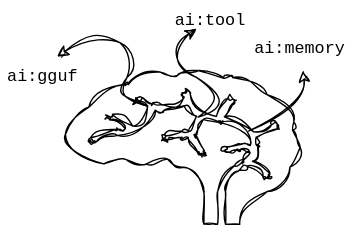
dr-stynx/metatron keeps this draw.io diagram as docs/website/images/modal/llm-modal.svg. Above is the earlier version. Source tidied: cells renumbered, new cells last; positions are measured from the earlier drawing's top-left corner, leaving out a move shared by most shapes. The source it was exported from:
```xml
<mxGraphModel>
  <root>
    <mxCell id="0" />
    <mxCell id="1" parent="0" />
    <mxCell id="2" style="shape=mxgraph.signs.healthcare.brain;html=1;fillColor=none;strokeColor=default;verticalLabelPosition=bottom;verticalAlign=top;align=center;sketch=1;curveFitting=1;jiggle=2;" parent="1" vertex="1">
      <mxGeometry x="46" y="50" width="168" height="110" as="geometry" />
    </mxCell>
    <mxCell id="3" style="curved=1;endArrow=classic;html=1;rounded=0;exitX=0.78;exitY=0.394;exitDx=0;exitDy=0;exitPerimeter=0;sketch=1;curveFitting=1;jiggle=2;" parent="1" edge="1" source="2" target="6">
      <mxGeometry relative="1" as="geometry">
        <Array as="points">
          <mxPoint x="220" y="80" />
        </Array>
      </mxGeometry>
    </mxCell>
    <mxCell id="4" style="curved=1;endArrow=classic;html=1;rounded=0;exitX=0.565;exitY=0.303;exitDx=0;exitDy=0;exitPerimeter=0;sketch=1;curveFitting=1;jiggle=2;" parent="1" edge="1" source="2">
      <mxGeometry relative="1" as="geometry">
        <mxPoint x="140" y="20" as="targetPoint" />
        <Array as="points">
          <mxPoint x="170" y="70" />
          <mxPoint x="110" y="40" />
        </Array>
      </mxGeometry>
    </mxCell>
    <mxCell id="5" style="curved=1;endArrow=classic;html=1;rounded=0;exitX=0.351;exitY=0.23;exitDx=0;exitDy=0;exitPerimeter=0;sketch=1;curveFitting=1;jiggle=2;" parent="1" edge="1" source="2">
      <mxGeometry relative="1" as="geometry">
        <mxPoint x="40" y="40" as="targetPoint" />
        <Array as="points">
          <mxPoint x="80" y="70" />
          <mxPoint x="100" y="40" />
          <mxPoint x="70" y="20" />
        </Array>
      </mxGeometry>
    </mxCell>
    <mxCell id="6" value="ai:memory" style="text;html=1;strokeColor=none;fillColor=none;align=center;verticalAlign=middle;whiteSpace=wrap;rounded=0;fontFamily=Courier New;sketch=1;curveFitting=1;jiggle=2;" parent="1" vertex="1">
      <mxGeometry x="184" y="20" width="60" height="30" as="geometry" />
    </mxCell>
    <mxCell id="7" value="ai:tool" style="text;html=1;strokeColor=none;fillColor=none;align=center;verticalAlign=middle;whiteSpace=wrap;rounded=0;fontFamily=Courier New;sketch=1;curveFitting=1;jiggle=2;" parent="1" vertex="1">
      <mxGeometry x="120" width="60" height="30" as="geometry" />
    </mxCell>
    <mxCell id="8" value="ai:gguf" style="text;html=1;strokeColor=none;fillColor=none;align=center;verticalAlign=middle;whiteSpace=wrap;rounded=0;fontFamily=Courier New;sketch=1;curveFitting=1;jiggle=2;" parent="1" vertex="1">
      <mxGeometry y="40" width="60" height="30" as="geometry" />
    </mxCell>
  </root>
</mxGraphModel>
```
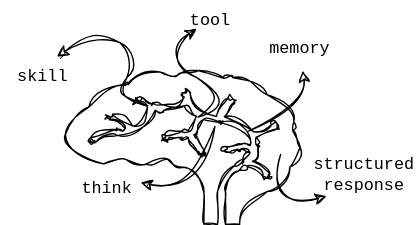
The same diagram one commit later.

What changed in the source:
```diff
@@ -31,14 +31,37 @@
         </Array>
       </mxGeometry>
     </mxCell>
-    <mxCell id="6" value="ai:memory" style="text;html=1;strokeColor=none;fillColor=none;align=center;verticalAlign=middle;whiteSpace=wrap;rounded=0;fontFamily=Courier New;sketch=1;curveFitting=1;jiggle=2;" parent="1" vertex="1">
+    <mxCell id="6" value="memory" style="text;html=1;strokeColor=none;fillColor=none;align=center;verticalAlign=middle;whiteSpace=wrap;rounded=0;fontFamily=Courier New;sketch=1;curveFitting=1;jiggle=2;" parent="1" vertex="1">
       <mxGeometry x="184" y="20" width="60" height="30" as="geometry" />
     </mxCell>
-    <mxCell id="7" value="ai:tool" style="text;html=1;strokeColor=none;fillColor=none;align=center;verticalAlign=middle;whiteSpace=wrap;rounded=0;fontFamily=Courier New;sketch=1;curveFitting=1;jiggle=2;" parent="1" vertex="1">
+    <mxCell id="7" value="tool" style="text;html=1;strokeColor=none;fillColor=none;align=center;verticalAlign=middle;whiteSpace=wrap;rounded=0;fontFamily=Courier New;sketch=1;curveFitting=1;jiggle=2;" parent="1" vertex="1">
       <mxGeometry x="120" width="60" height="30" as="geometry" />
     </mxCell>
-    <mxCell id="8" value="ai:gguf" style="text;html=1;strokeColor=none;fillColor=none;align=center;verticalAlign=middle;whiteSpace=wrap;rounded=0;fontFamily=Courier New;sketch=1;curveFitting=1;jiggle=2;" parent="1" vertex="1">
+    <mxCell id="8" value="skill" style="text;html=1;strokeColor=none;fillColor=none;align=center;verticalAlign=middle;whiteSpace=wrap;rounded=0;fontFamily=Courier New;sketch=1;curveFitting=1;jiggle=2;" parent="1" vertex="1">
       <mxGeometry y="40" width="60" height="30" as="geometry" />
     </mxCell>
+    <mxCell id="9" style="curved=1;endArrow=classic;html=1;rounded=0;sketch=1;curveFitting=1;jiggle=2;exitX=0.262;exitY=0.727;exitDx=0;exitDy=0;exitPerimeter=0;" parent="1" edge="1">
+      <mxGeometry relative="1" as="geometry">
+        <mxPoint x="153" y="90" as="sourcePoint" />
+        <mxPoint x="100" y="130" as="targetPoint" />
+        <Array as="points">
+          <mxPoint x="140" y="140" />
+        </Array>
+      </mxGeometry>
+    </mxCell>
+    <mxCell id="10" value="think" style="text;html=1;strokeColor=none;fillColor=none;align=center;verticalAlign=middle;whiteSpace=wrap;rounded=0;fontFamily=Courier New;sketch=1;curveFitting=1;jiggle=2;" parent="1" vertex="1">
+      <mxGeometry x="46" y="120" width="60" height="30" as="geometry" />
+    </mxCell>
+    <mxCell id="11" style="curved=1;endArrow=classic;html=1;rounded=0;sketch=1;curveFitting=1;jiggle=2;exitX=0.917;exitY=0.545;exitDx=0;exitDy=0;exitPerimeter=0;" parent="1" edge="1" source="2">
+      <mxGeometry relative="1" as="geometry">
+        <mxPoint x="233" y="140" as="targetPoint" />
+        <Array as="points">
+          <mxPoint x="193" y="150" />
+        </Array>
+      </mxGeometry>
+    </mxCell>
+    <mxCell id="12" value="structured&lt;br&gt;response" style="text;html=1;strokeColor=none;fillColor=none;align=center;verticalAlign=middle;whiteSpace=wrap;rounded=0;fontFamily=Courier New;sketch=1;curveFitting=1;jiggle=2;" parent="1" vertex="1">
+      <mxGeometry x="220" y="110" width="80" height="30" as="geometry" />
+    </mxCell>
   </root>
 </mxGraphModel>
```
